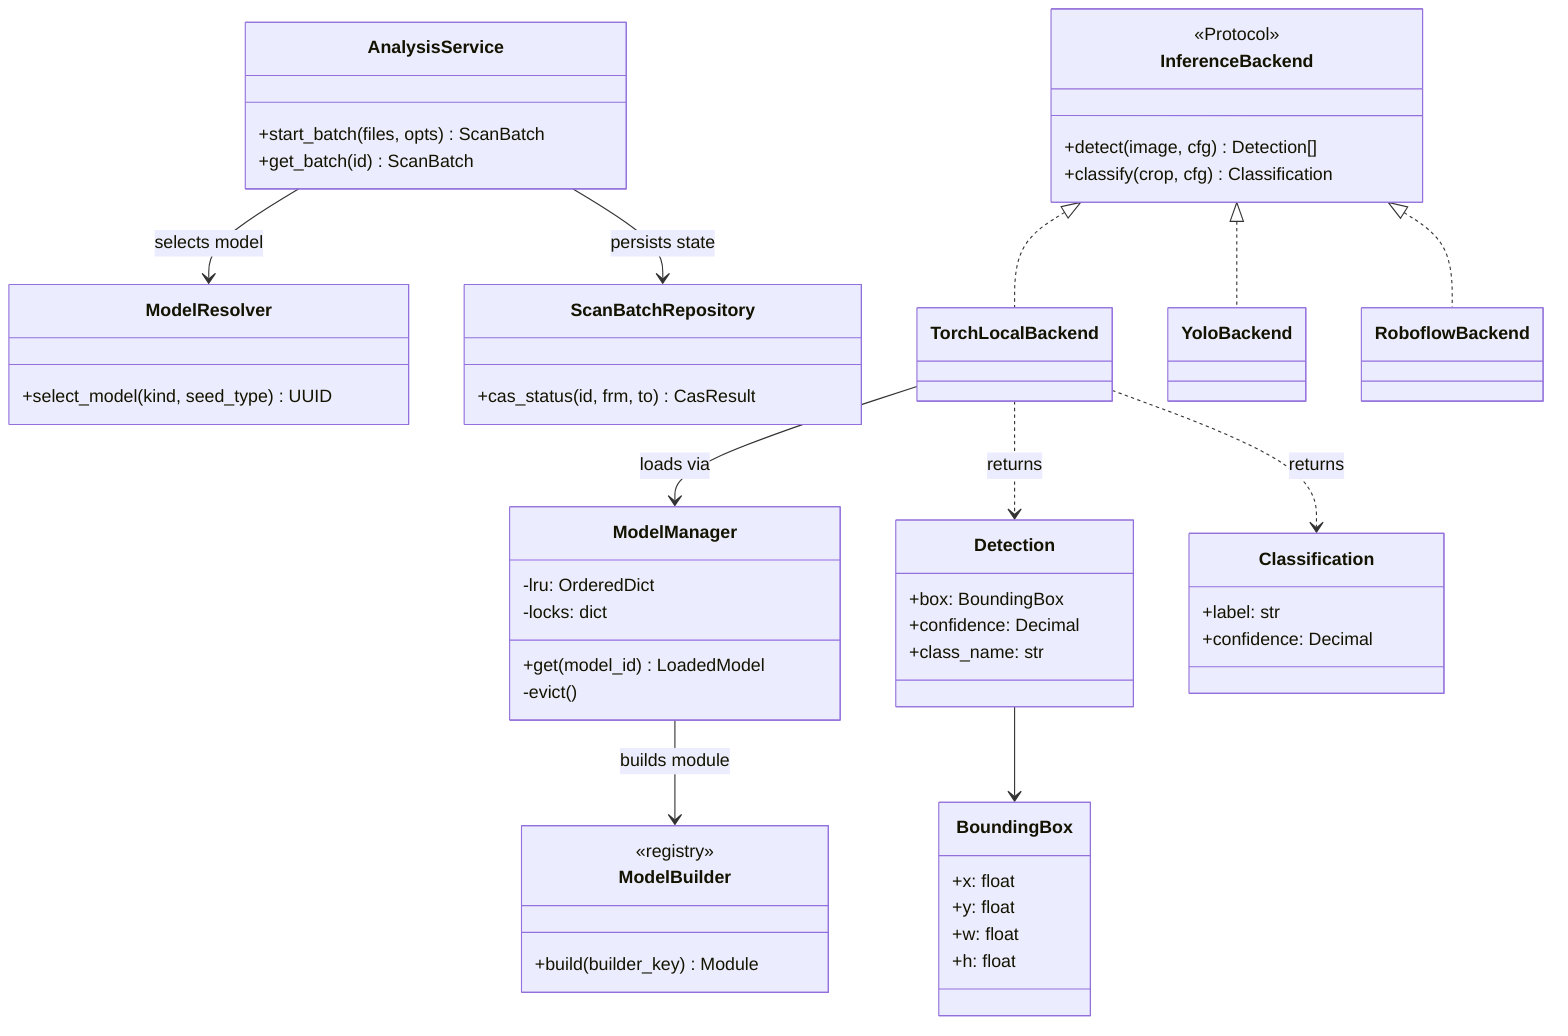
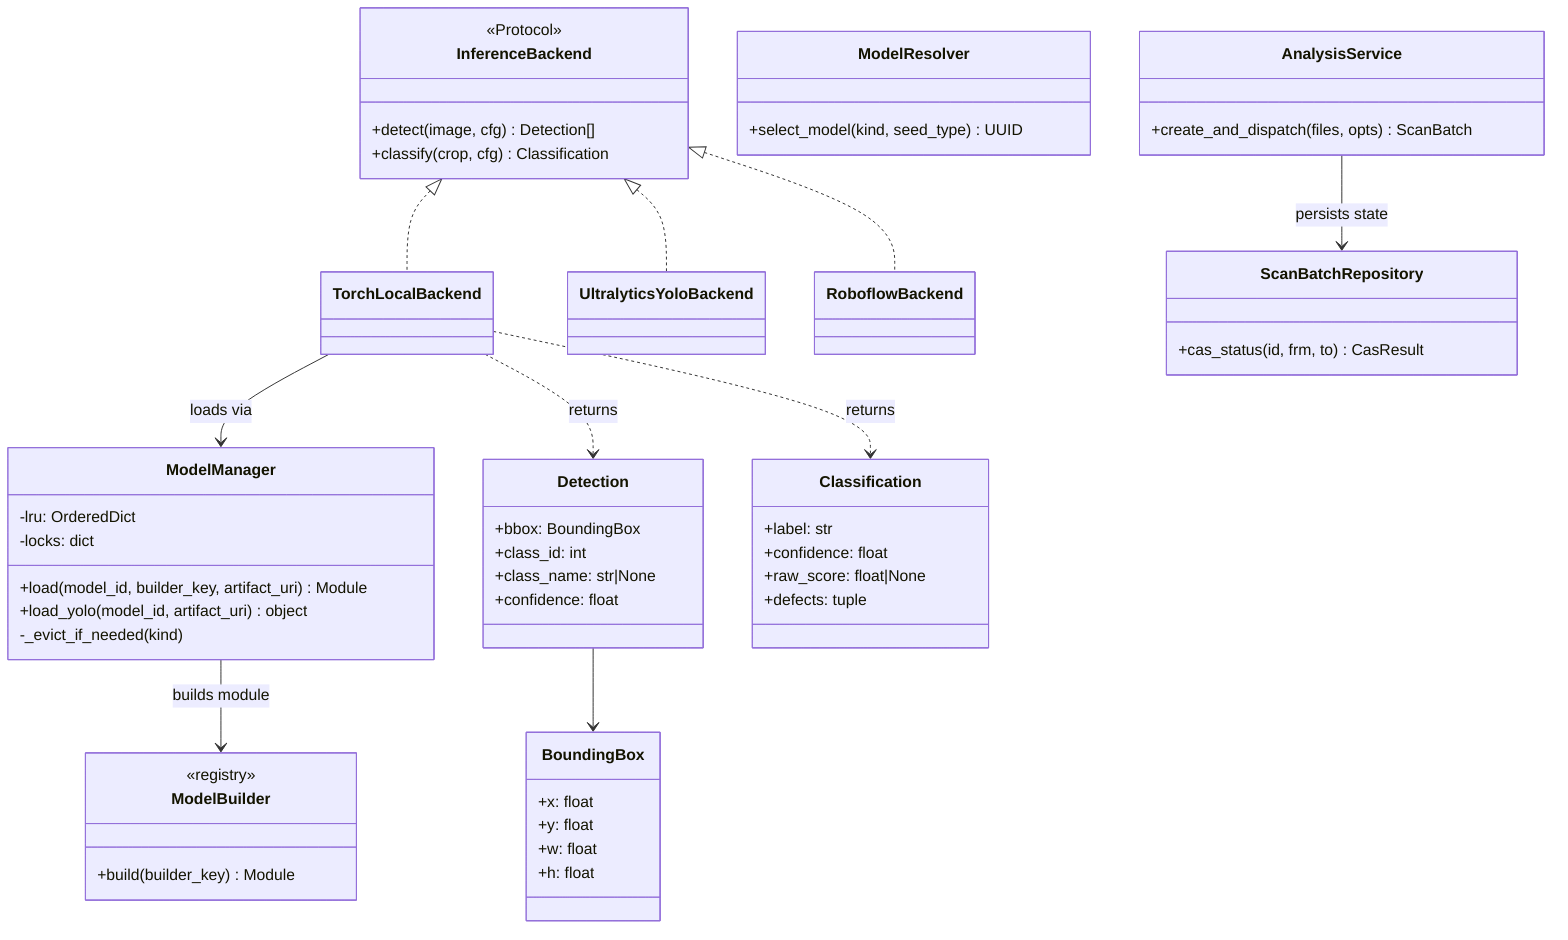
classDiagram
    class AnalysisService {
-         +start_batch(files, opts) ScanBatch
-         +get_batch(id) ScanBatch
+         +create_and_dispatch(files, opts) ScanBatch
    }
    class ModelResolver {
        +select_model(kind, seed_type) UUID
    }
    class ModelManager {
        -lru: OrderedDict
        -locks: dict
-         +get(model_id) LoadedModel
-         -evict()
+         +load(model_id, builder_key, artifact_uri) Module
+         +load_yolo(model_id, artifact_uri) object
+         -_evict_if_needed(kind)
    }
    class InferenceBackend {
        <<Protocol>>
        +detect(image, cfg) Detection[]
        +classify(crop, cfg) Classification
    }
    class TorchLocalBackend
-     class YoloBackend
+     class UltralyticsYoloBackend
    class RoboflowBackend
    class ModelBuilder {
        <<registry>>
        +build(builder_key) Module
    }
    class Detection {
-         +box: BoundingBox
-         +confidence: Decimal
-         +class_name: str
+         +bbox: BoundingBox
+         +class_id: int
+         +class_name: str|None
+         +confidence: float
    }
    class Classification {
        +label: str
-         +confidence: Decimal
+         +confidence: float
+         +raw_score: float|None
+         +defects: tuple
    }
    class BoundingBox {
        +x: float
        +y: float
        +w: float
        +h: float
    }
    class ScanBatchRepository {
        +cas_status(id, frm, to) CasResult
    }

    InferenceBackend <|.. TorchLocalBackend
-     InferenceBackend <|.. YoloBackend
+     InferenceBackend <|.. UltralyticsYoloBackend
    InferenceBackend <|.. RoboflowBackend
    TorchLocalBackend --> ModelManager : loads via
    ModelManager --> ModelBuilder : builds module
-     AnalysisService --> ModelResolver : selects model
    AnalysisService --> ScanBatchRepository : persists state
    TorchLocalBackend ..> Detection : returns
    TorchLocalBackend ..> Classification : returns
    Detection --> BoundingBox
